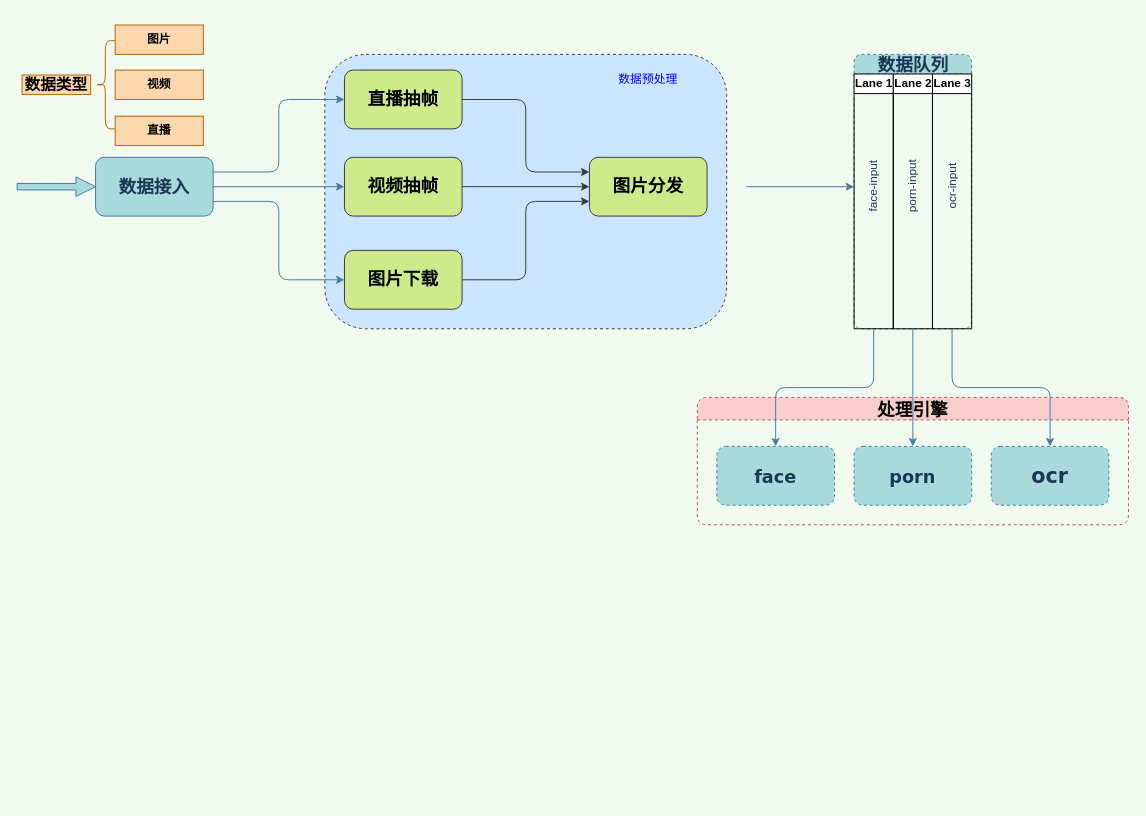
Above: engine_system/engine_system_architecture.drawio in xwzj01ht/diagrams (draw.io), before the change. Source tidied: cells renumbered, new cells numbered last; positions are measured from the earlier drawing's top-left corner, leaving out a move shared by most shapes. Both pictures are drawn from the tidied source at 98%, with x=0, y=0 at pixel (17, 24).
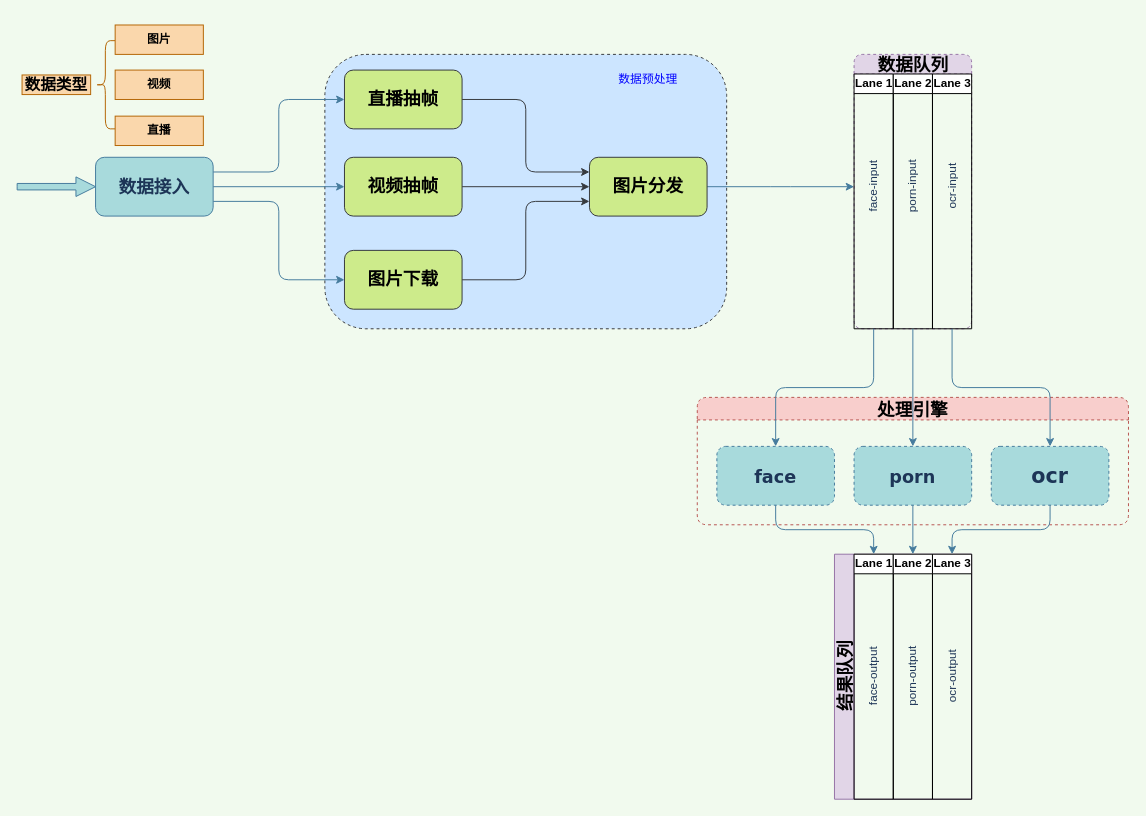
The same diagram, later.

The change refers to these unchanged cells:
```xml
<mxCell id="20" value="&lt;h3 style=&quot;font-size: 18px&quot;&gt;图片分发&lt;/h3&gt;" style="rounded=1;whiteSpace=wrap;html=1;sketch=0;strokeColor=#36393d;fillColor=#cdeb8b;" parent="1" vertex="1">
  <mxGeometry x="584" y="135" width="120" height="60" as="geometry" />
</mxCell>
<mxCell id="30" value="&lt;h3&gt;&lt;font style=&quot;font-size: 18px&quot;&gt;face&lt;/font&gt;&lt;/h3&gt;" style="rounded=1;whiteSpace=wrap;html=1;shadow=0;glass=0;dashed=1;sketch=0;strokeColor=#457B9D;fillColor=#A8DADC;fontFamily=Verdana;fontSize=18;fontColor=#1D3557;" parent="29" vertex="1">
  <mxGeometry x="20" y="50" width="120" height="60" as="geometry" />
</mxCell>
<mxCell id="31" value="&lt;h3&gt;&lt;font style=&quot;font-size: 18px&quot;&gt;porn&lt;/font&gt;&lt;/h3&gt;" style="rounded=1;whiteSpace=wrap;html=1;shadow=0;glass=0;dashed=1;sketch=0;strokeColor=#457B9D;fillColor=#A8DADC;fontFamily=Verdana;fontSize=18;fontColor=#1D3557;" parent="29" vertex="1">
  <mxGeometry x="160" y="50" width="120" height="60" as="geometry" />
</mxCell>
<mxCell id="32" value="&lt;h3&gt;ocr&lt;/h3&gt;" style="rounded=1;whiteSpace=wrap;html=1;shadow=0;glass=0;dashed=1;sketch=0;strokeColor=#457B9D;fillColor=#A8DADC;fontFamily=Verdana;fontSize=18;fontColor=#1D3557;" parent="29" vertex="1">
  <mxGeometry x="300" y="50" width="120" height="60" as="geometry" />
</mxCell>
```

The edit, as a diff of the source:
```diff
@@
-    <mxCell id="19" style="edgeStyle=orthogonalEdgeStyle;curved=0;rounded=1;sketch=0;orthogonalLoop=1;jettySize=auto;html=1;strokeColor=#457B9D;fillColor=#A8DADC;fontColor=#1D3557;" parent="1" edge="1">
+    <mxCell id="19" style="edgeStyle=orthogonalEdgeStyle;curved=0;rounded=1;sketch=0;jettySize=auto;html=1;strokeColor=#457B9D;fillColor=#A8DADC;fontColor=#1D3557;exitX=1;exitY=0.5;exitDx=0;exitDy=0;" parent="1" edge="1" source="20">
       <mxGeometry relative="1" as="geometry">
-        <mxPoint x="744" y="165" as="sourcePoint" />
         <mxPoint x="854" y="165" as="targetPoint" />
       </mxGeometry>
     </mxCell>
@@
-    <mxCell id="22" value="&lt;h3&gt;&lt;font style=&quot;font-size: 18px&quot; face=&quot;Verdana&quot;&gt;数据队列&lt;/font&gt;&lt;/h3&gt;" style="swimlane;html=1;startSize=20;rounded=1;shadow=0;glass=0;dashed=1;sketch=0;strokeColor=#457B9D;fillColor=#A8DADC;fontColor=#1D3557;" parent="1" vertex="1">
+    <mxCell id="22" value="&lt;h3&gt;&lt;font style=&quot;font-size: 18px&quot; face=&quot;Verdana&quot;&gt;数据队列&lt;/font&gt;&lt;/h3&gt;" style="swimlane;html=1;startSize=20;rounded=1;shadow=0;glass=0;dashed=1;sketch=0;strokeColor=#9673a6;fillColor=#e1d5e7;" parent="1" vertex="1">
       <mxGeometry x="854" y="30" width="120" height="280" as="geometry" />
     </mxCell>
@@
+    <mxCell id="36" value="&lt;h3&gt;&lt;font style=&quot;font-size: 18px&quot; face=&quot;Verdana&quot;&gt;结果队列&lt;/font&gt;&lt;/h3&gt;" style="swimlane;html=1;startSize=20;horizontal=0;fillColor=#e1d5e7;strokeColor=#9673a6;" parent="1" vertex="1">
+      <mxGeometry x="834" y="540" width="140" height="250" as="geometry" />
+    </mxCell>
+    <mxCell id="37" value="Lane 1" style="swimlane;html=1;startSize=20;" parent="36" vertex="1">
+      <mxGeometry x="20" width="40" height="250" as="geometry" />
+    </mxCell>
+    <mxCell id="38" value="face-output" style="text;html=1;align=center;verticalAlign=middle;fontColor=#1D3557;horizontal=0;" parent="37" vertex="1">
+      <mxGeometry x="5" y="90" width="30" height="70" as="geometry" />
+    </mxCell>
+    <mxCell id="39" value="Lane 2" style="swimlane;html=1;startSize=20;" parent="36" vertex="1">
+      <mxGeometry x="60" width="40" height="250" as="geometry" />
+    </mxCell>
+    <mxCell id="40" value="porn-output" style="text;html=1;align=center;verticalAlign=middle;fontColor=#1D3557;horizontal=0;" parent="39" vertex="1">
+      <mxGeometry x="5" y="90" width="30" height="70" as="geometry" />
+    </mxCell>
+    <mxCell id="41" value="Lane 3" style="swimlane;html=1;startSize=20;" parent="36" vertex="1">
+      <mxGeometry x="100" width="40" height="250" as="geometry" />
+    </mxCell>
+    <mxCell id="42" value="ocr-output" style="text;html=1;align=center;verticalAlign=middle;fontColor=#1D3557;horizontal=0;" parent="41" vertex="1">
+      <mxGeometry x="5" y="95" width="30" height="60" as="geometry" />
+    </mxCell>
+    <mxCell id="43" style="edgeStyle=orthogonalEdgeStyle;rounded=0;jettySize=auto;html=1;exitX=0.5;exitY=1;exitDx=0;exitDy=0;entryX=0.5;entryY=0;entryDx=0;entryDy=0;strokeColor=#457B9D;" parent="1" edge="1" source="31" target="39">
+      <mxGeometry relative="1" as="geometry" />
+    </mxCell>
+    <mxCell id="44" style="edgeStyle=orthogonalEdgeStyle;rounded=1;jettySize=auto;html=1;exitX=0.5;exitY=1;exitDx=0;exitDy=0;entryX=0.5;entryY=0;entryDx=0;entryDy=0;strokeColor=#457B9D;" parent="1" edge="1" source="30" target="37">
+      <mxGeometry relative="1" as="geometry" />
+    </mxCell>
+    <mxCell id="45" style="edgeStyle=orthogonalEdgeStyle;rounded=1;jettySize=auto;html=1;exitX=0.5;exitY=1;exitDx=0;exitDy=0;entryX=0.5;entryY=0;entryDx=0;entryDy=0;strokeColor=#457B9D;" parent="1" edge="1" source="32" target="41">
+      <mxGeometry relative="1" as="geometry" />
+    </mxCell>
```
